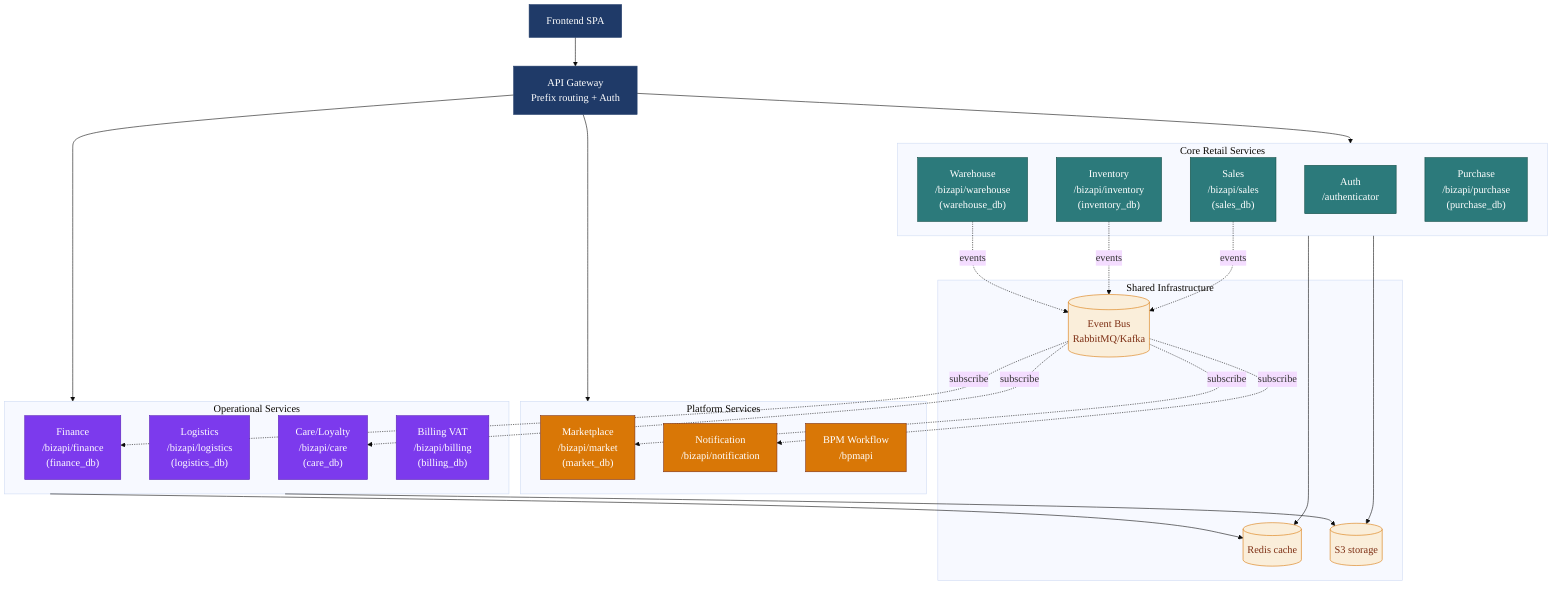
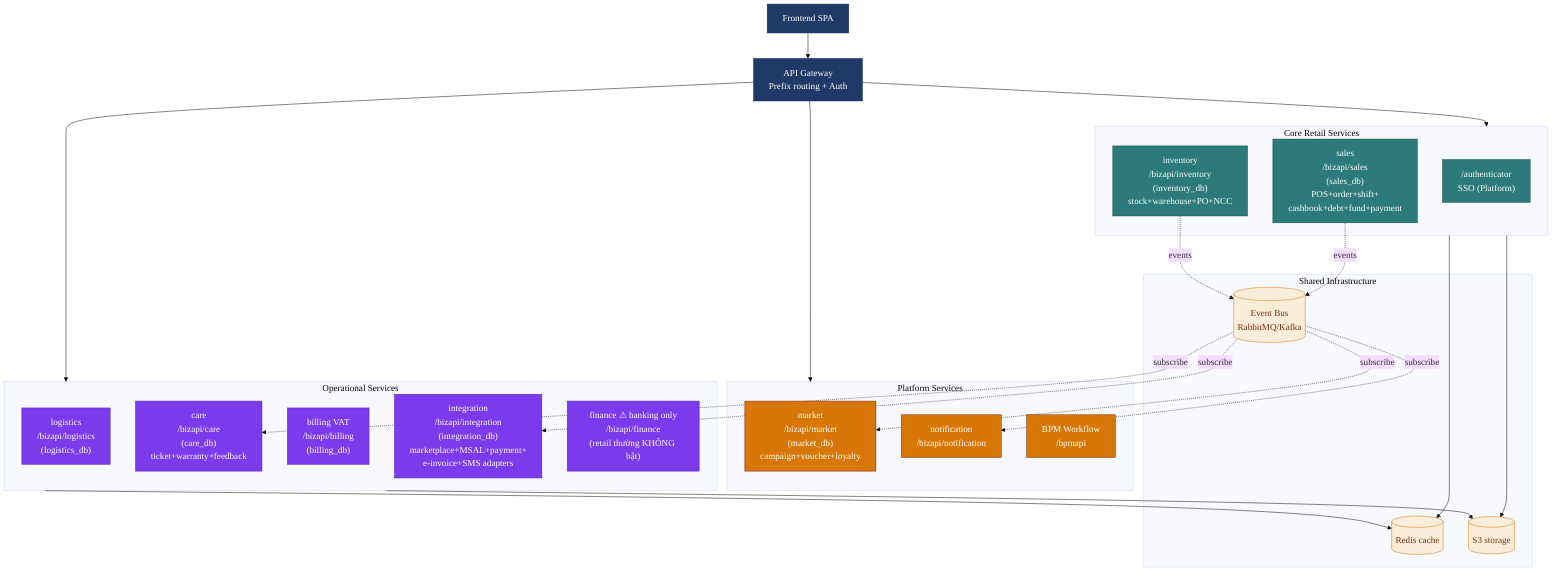
%%{init: {'theme':'base','themeVariables':{'fontFamily':'Calibri','fontSize':'18px'}}}%%
flowchart TB
    FE["Frontend SPA"]
    GW["API Gateway<br/>Prefix routing + Auth"]

    subgraph CORE["Core Retail Services"]
-       AUTH["Auth<br/>/authenticator"]
-       SALES["Sales<br/>/bizapi/sales<br/>(sales_db)"]
-       INV["Inventory<br/>/bizapi/inventory<br/>(inventory_db)"]
-       WH["Warehouse<br/>/bizapi/warehouse<br/>(warehouse_db)"]
-       PUR["Purchase<br/>/bizapi/purchase<br/>(purchase_db)"]
+       AUTH["/authenticator<br/>SSO (Platform)"]
+       SALES["sales<br/>/bizapi/sales<br/>(sales_db)<br/>POS+order+shift+<br/>cashbook+debt+fund+payment"]
+       INV["inventory<br/>/bizapi/inventory<br/>(inventory_db)<br/>stock+warehouse+PO+NCC"]
    end

    subgraph OPS["Operational Services"]
-       FIN["Finance<br/>/bizapi/finance<br/>(finance_db)"]
-       LOG["Logistics<br/>/bizapi/logistics<br/>(logistics_db)"]
-       CARE["Care/Loyalty<br/>/bizapi/care<br/>(care_db)"]
-       BILL["Billing VAT<br/>/bizapi/billing<br/>(billing_db)"]
+       LOG["logistics<br/>/bizapi/logistics<br/>(logistics_db)"]
+       CARE["care<br/>/bizapi/care<br/>(care_db)<br/>ticket+warranty+feedback"]
+       BILL["billing VAT<br/>/bizapi/billing<br/>(billing_db)"]
+       INTEG["integration<br/>/bizapi/integration<br/>(integration_db)<br/>marketplace+MSAL+payment+<br/>e-invoice+SMS adapters"]
+       FIN["finance ⚠ banking only<br/>/bizapi/finance<br/>(retail thường KHÔNG bật)"]
    end

    subgraph PLAT["Platform Services"]
-       MKT["Marketplace<br/>/bizapi/market<br/>(market_db)"]
-       NOTIF["Notification<br/>/bizapi/notification"]
+       MKT["market<br/>/bizapi/market<br/>(market_db)<br/>campaign+voucher+loyalty"]
+       NOTIF["notification<br/>/bizapi/notification"]
      BPM["BPM Workflow<br/>/bpmapi"]
    end

    subgraph SHARED["Shared Infrastructure"]
      MQ[(Event Bus<br/>RabbitMQ/Kafka)]
      REDIS[(Redis cache)]
      S3[(S3 storage)]
    end

    FE --> GW
    GW --> CORE
    GW --> OPS
    GW --> PLAT

    SALES -.events.-> MQ
    INV -.events.-> MQ
-     WH -.events.-> MQ
-     MQ -.subscribe.-> FIN
    MQ -.subscribe.-> CARE
    MQ -.subscribe.-> NOTIF
    MQ -.subscribe.-> MKT
+     MQ -.subscribe.-> INTEG

    CORE --> REDIS
    OPS --> REDIS
    CORE --> S3
    OPS --> S3

    classDef fe fill:#1F3A68,stroke:#1F3A68,color:#fff
    classDef core fill:#2C7A7B,stroke:#0F4C44,color:#fff
    classDef ops fill:#7C3AED,stroke:#5B21B6,color:#fff
    classDef plat fill:#D97706,stroke:#7C2D12,color:#fff
    classDef data fill:#FAEEDA,stroke:#D97706,color:#7C2D12

    class FE,GW fe
-     class AUTH,SALES,INV,WH,PUR core
-     class FIN,LOG,CARE,BILL ops
+     class AUTH,SALES,INV core
+     class LOG,CARE,BILL,INTEG,FIN ops
    class MKT,NOTIF,BPM plat
    class MQ,REDIS,S3 data
